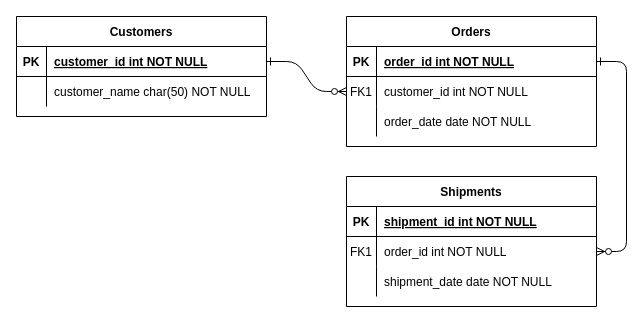
Earlier version of the draw.io diagram 제목 없는 다이어그램.drawio (mang0206/KosaMiniProject1). Source tidied: cells renumbered, new cells numbered last; positions are measured from the earlier drawing's top-left corner, leaving out a move shared by most shapes. Both pictures are drawn from the tidied source at 100%, with x=0, y=0 at pixel (16, 16).
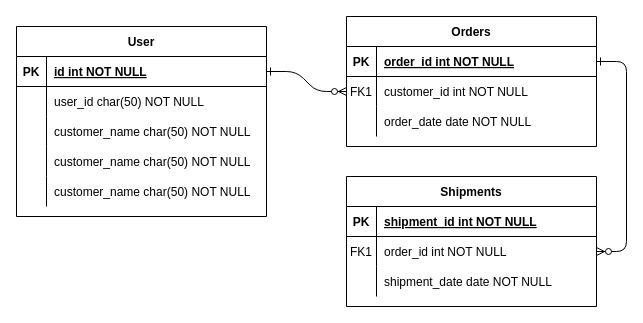
The same page after the edit.

Unchanged cells that the change refers to:
```xml
<mxCell id="25" style="shape=partialRectangle;fillColor=none;points=[[0,0.5],[1,0.5]];portConstraint=eastwest;top=0;left=0;right=0;bottom=1;" parent="24" vertex="1">
  <mxGeometry y="30" width="250" height="30" as="geometry" />
</mxCell>
<mxCell id="28" style="shape=partialRectangle;fillColor=none;top=0;left=0;right=0;bottom=0;" parent="24" vertex="1">
  <mxGeometry y="60" width="250" height="30" as="geometry" />
</mxCell>
```

What changed in the source:
```diff
@@
-    <mxCell id="24" value="Customers" style="shape=table;startSize=30;childLayout=tableLayout;rowLines=0;fontStyle=1;align=center;" parent="1" vertex="1">
-      <mxGeometry width="250" height="100" as="geometry" />
+    <mxCell id="24" value="User" style="shape=table;startSize=30;childLayout=tableLayout;rowLines=0;fontStyle=1;align=center;" parent="1" vertex="1">
+      <mxGeometry y="10" width="250" height="190" as="geometry" />
     </mxCell>
@@
-    <mxCell id="27" value="customer_id int NOT NULL " style="shape=partialRectangle;overflow=hidden;fillColor=none;top=0;left=0;bottom=0;right=0;align=left;spacingLeft=6;fontStyle=5;" parent="25" vertex="1">
+    <mxCell id="27" value="id int NOT NULL " style="shape=partialRectangle;overflow=hidden;fillColor=none;top=0;left=0;bottom=0;right=0;align=left;spacingLeft=6;fontStyle=5;" parent="25" vertex="1">
       <mxGeometry x="30" width="220" height="30" as="geometry" />
     </mxCell>
@@
-    <mxCell id="30" value="customer_name char(50) NOT NULL" style="shape=partialRectangle;overflow=hidden;fillColor=none;top=0;left=0;bottom=0;right=0;align=left;spacingLeft=6;" parent="28" vertex="1">
+    <mxCell id="30" value="user_id char(50) NOT NULL" style="shape=partialRectangle;overflow=hidden;fillColor=none;top=0;left=0;bottom=0;right=0;align=left;spacingLeft=6;" parent="28" vertex="1">
       <mxGeometry x="30" width="220" height="30" as="geometry" />
     </mxCell>
+    <mxCell id="31" style="shape=partialRectangle;fillColor=none;top=0;left=0;right=0;bottom=0;" parent="24" vertex="1">
+      <mxGeometry y="90" width="250" height="30" as="geometry" />
+    </mxCell>
+    <mxCell id="32" style="shape=partialRectangle;overflow=hidden;fillColor=none;top=0;left=0;bottom=0;right=0;" parent="31" vertex="1">
+      <mxGeometry width="30" height="30" as="geometry" />
+    </mxCell>
+    <mxCell id="33" value="customer_name char(50) NOT NULL" style="shape=partialRectangle;overflow=hidden;fillColor=none;top=0;left=0;bottom=0;right=0;align=left;spacingLeft=6;" parent="31" vertex="1">
+      <mxGeometry x="30" width="220" height="30" as="geometry" />
+    </mxCell>
+    <mxCell id="34" style="shape=partialRectangle;fillColor=none;top=0;left=0;right=0;bottom=0;" parent="24" vertex="1">
+      <mxGeometry y="120" width="250" height="30" as="geometry" />
+    </mxCell>
+    <mxCell id="35" style="shape=partialRectangle;overflow=hidden;fillColor=none;top=0;left=0;bottom=0;right=0;" parent="34" vertex="1">
+      <mxGeometry width="30" height="30" as="geometry" />
+    </mxCell>
+    <mxCell id="36" value="customer_name char(50) NOT NULL" style="shape=partialRectangle;overflow=hidden;fillColor=none;top=0;left=0;bottom=0;right=0;align=left;spacingLeft=6;" parent="34" vertex="1">
+      <mxGeometry x="30" width="220" height="30" as="geometry" />
+    </mxCell>
+    <mxCell id="37" style="shape=partialRectangle;fillColor=none;top=0;left=0;right=0;bottom=0;" parent="24" vertex="1">
+      <mxGeometry y="150" width="250" height="30" as="geometry" />
+    </mxCell>
+    <mxCell id="38" style="shape=partialRectangle;overflow=hidden;fillColor=none;top=0;left=0;bottom=0;right=0;" parent="37" vertex="1">
+      <mxGeometry width="30" height="30" as="geometry" />
+    </mxCell>
+    <mxCell id="39" value="customer_name char(50) NOT NULL" style="shape=partialRectangle;overflow=hidden;fillColor=none;top=0;left=0;bottom=0;right=0;align=left;spacingLeft=6;" parent="37" vertex="1">
+      <mxGeometry x="30" width="220" height="30" as="geometry" />
+    </mxCell>
```
